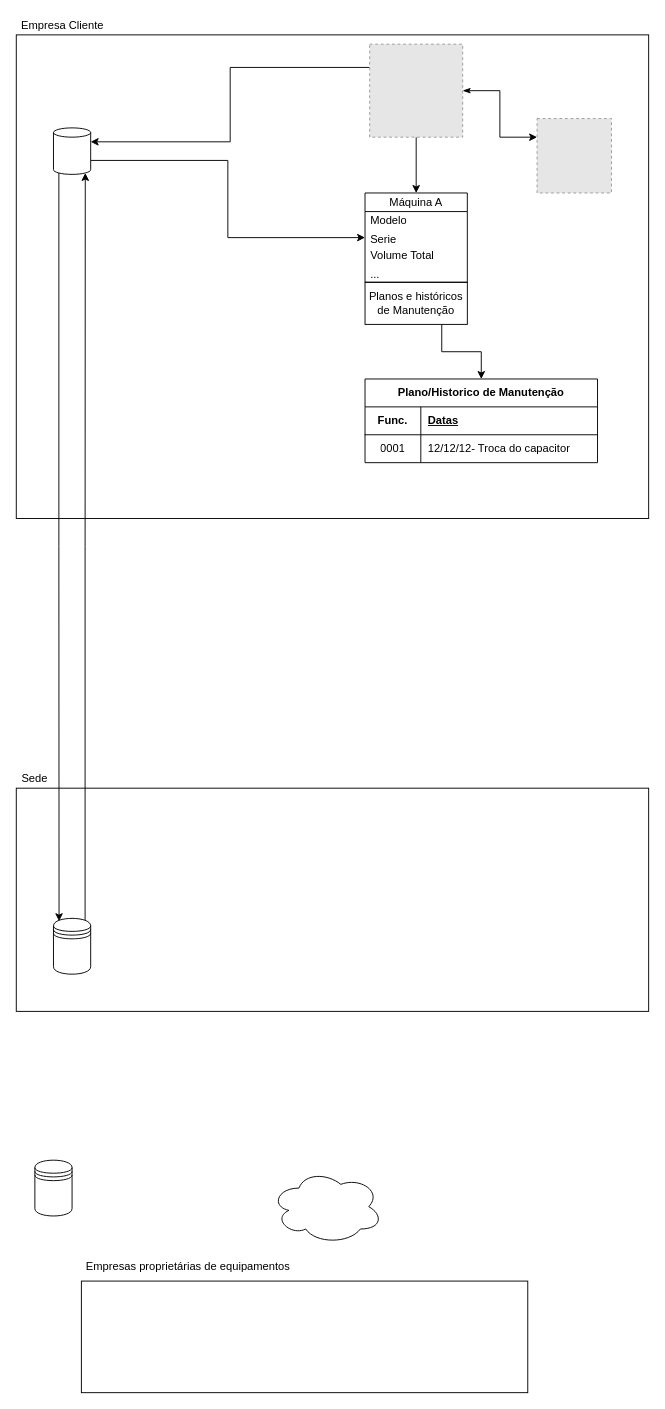
Earlier version of the draw.io diagram Trabalho.drawio (lucasxaum/cmms_senai). Source tidied: cells renumbered, new cells numbered last; positions are measured from the earlier drawing's top-left corner, leaving out a move shared by most shapes. Both pictures are drawn from the tidied source at 93%, with x=0, y=0 at pixel (16, 16). Pictures stored in the file or linked from it are replaced by grey dashed boxes.
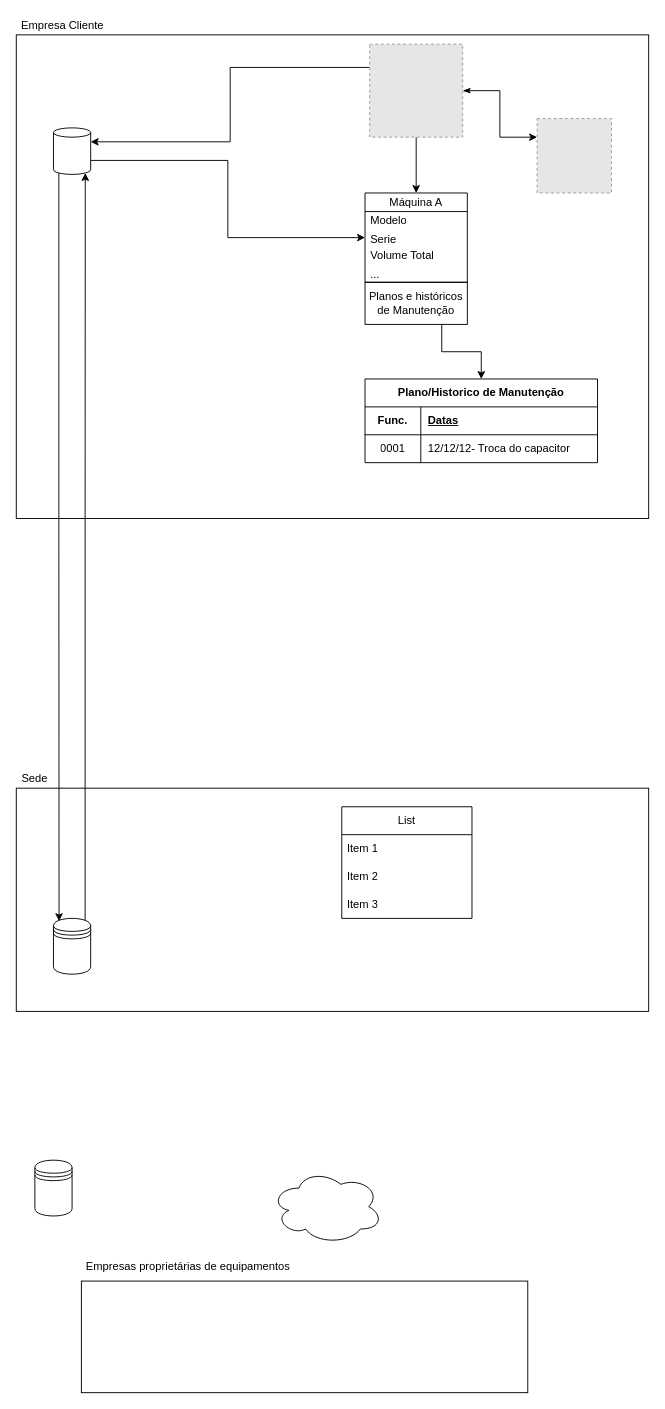
Above is the later version.

The edit, as a diff of the source:
```diff
@@
+    <mxCell id="36" parent="0" />
+    <mxCell id="37" value="List" style="swimlane;fontStyle=0;horizontal=1;startSize=30;whiteSpace=wrap;html=1;" parent="36" vertex="1">
+      <mxGeometry x="350" y="850" width="140" height="120" as="geometry" />
+    </mxCell>
+    <mxCell id="38" value="Item 1" style="text;strokeColor=none;fillColor=none;align=left;verticalAlign=middle;spacingLeft=4;spacingRight=4;overflow=hidden;whiteSpace=wrap;html=1;" parent="37" vertex="1">
+      <mxGeometry y="30" width="140" height="30" as="geometry" />
+    </mxCell>
+    <mxCell id="39" value="Item 2" style="text;strokeColor=none;fillColor=none;align=left;verticalAlign=middle;spacingLeft=4;spacingRight=4;overflow=hidden;whiteSpace=wrap;html=1;" parent="37" vertex="1">
+      <mxGeometry y="60" width="140" height="30" as="geometry" />
+    </mxCell>
+    <mxCell id="40" value="Item 3" style="text;strokeColor=none;fillColor=none;align=left;verticalAlign=middle;spacingLeft=4;spacingRight=4;overflow=hidden;whiteSpace=wrap;html=1;" parent="37" vertex="1">
+      <mxGeometry y="90" width="140" height="30" as="geometry" />
+    </mxCell>
```
